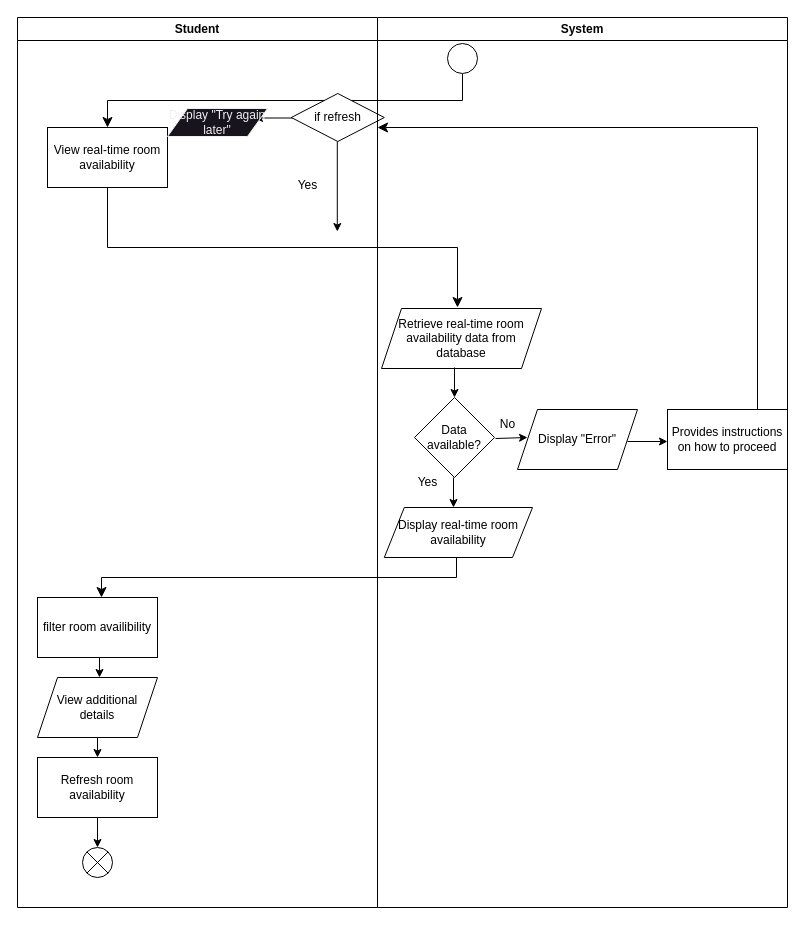
This is project/drawio/stakeholder/activity diagram/uc18.drawio from drshahizan/software-engineering, a draw.io file, before an edit. Source tidied: cells renumbered, new cells numbered last; positions are measured from the earlier drawing's top-left corner, leaving out a move shared by most shapes. Both pictures are drawn from the tidied source at 100%, with x=0, y=0 at pixel (17, 17).
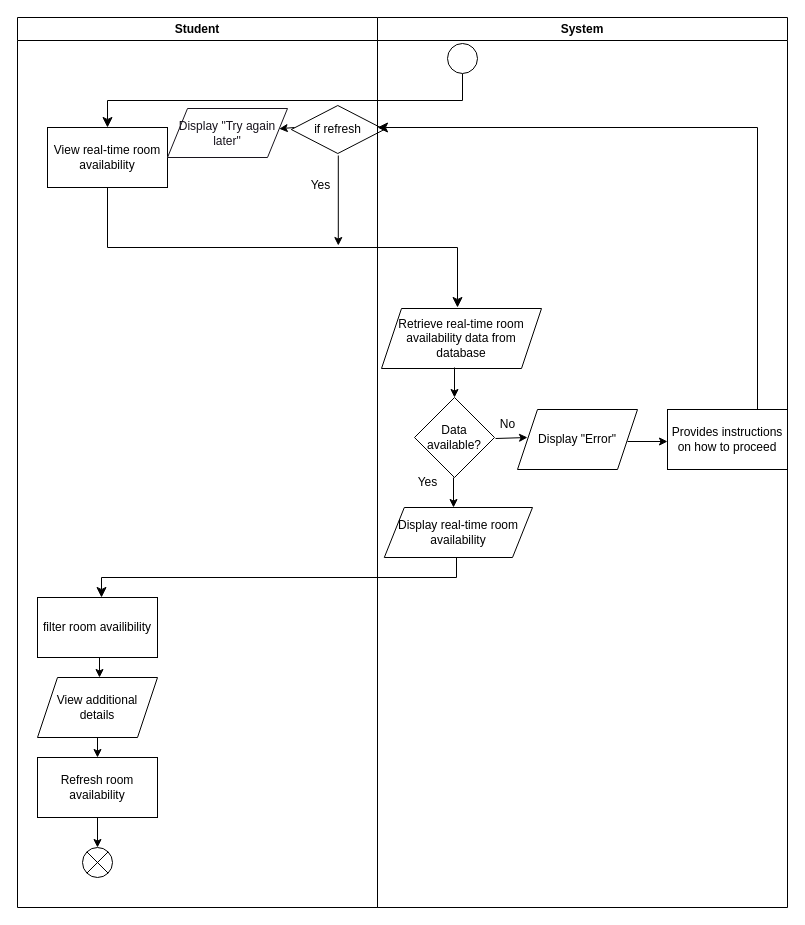
After the change.

Unchanged cells that the change refers to:
```xml
<mxCell id="27" value="Student" style="swimlane;whiteSpace=wrap;html=1;" parent="1" vertex="1">
  <mxGeometry width="360" height="890" as="geometry" />
</mxCell>
```

Change to the diagram source:
```diff
@@
-    <mxCell id="25" style="endArrow=classic;html=1;" parent="1" edge="1">
-      <mxGeometry relative="1" as="geometry">
-        <mxPoint x="277" y="100.5" as="sourcePoint" />
-        <mxPoint x="237" y="100.5" as="targetPoint" />
-      </mxGeometry>
-    </mxCell>
-    <mxCell id="26" value="Display &quot;Try again later&quot;" style="shape=parallelogram;perimeter=parallelogramPerimeter;whiteSpace=wrap;html=1;fixedSize=1;fontFamily=Helvetica;fontSize=12;fontColor=rgb(240, 240, 240);align=center;strokeColor=rgb(240, 240, 240);fillColor=rgb(24, 20, 29);" parent="1" vertex="1">
-      <mxGeometry x="150" y="91" width="100" height="28" as="geometry" />
+    <mxCell id="26" value="&lt;font color=&quot;#18141d&quot;&gt;Display &quot;Try again later&quot;&lt;/font&gt;" style="shape=parallelogram;perimeter=parallelogramPerimeter;whiteSpace=wrap;html=1;fixedSize=1;fontFamily=Helvetica;fontSize=12;fontColor=rgb(240, 240, 240);align=center;strokeColor=#18141D;fillColor=#FFFFFF;" parent="1" vertex="1">
+      <mxGeometry x="150" y="91" width="120" height="49" as="geometry" />
     </mxCell>
@@
     <mxCell id="28" value="if refresh" style="rhombus;whiteSpace=wrap;html=1;fontFamily=Helvetica;fontSize=12;fontColor=default;align=center;strokeColor=default;fillColor=default;" parent="27" vertex="1">
-      <mxGeometry x="273.8" y="76" width="93" height="48" as="geometry" />
+      <mxGeometry x="273.8" y="88" width="93" height="48" as="geometry" />
     </mxCell>
     <mxCell id="29" value="Yes" style="text;html=1;align=center;verticalAlign=middle;strokeColor=none;fillColor=none;" parent="27" vertex="1">
-      <mxGeometry x="270" y="153" width="40" height="30" as="geometry" />
+      <mxGeometry x="283" y="153" width="40" height="30" as="geometry" />
     </mxCell>
     <mxCell id="30" style="endArrow=classic;html=1;" parent="27" edge="1">
       <mxGeometry relative="1" as="geometry">
-        <mxPoint x="319.8" y="124" as="sourcePoint" />
-        <mxPoint x="319.8" y="214" as="targetPoint" />
+        <mxPoint x="320.8" y="138" as="sourcePoint" />
+        <mxPoint x="320.8" y="228" as="targetPoint" />
       </mxGeometry>
     </mxCell>
+    <mxCell id="33" style="endArrow=classic;html=1;" parent="27" edge="1" target="26">
+      <mxGeometry relative="1" as="geometry">
+        <mxPoint x="277" y="110" as="sourcePoint" />
+      </mxGeometry>
+    </mxCell>
```
